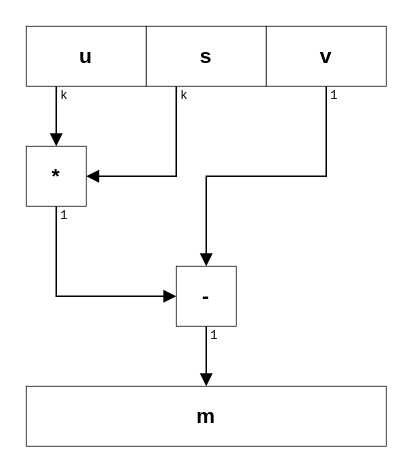
The draw.io diagram pictures/kyber_dec.drawio in SamoKopecky/diploma-thesis-latex, before the edit. Source tidied: cells renumbered, new cells numbered last; positions are measured from the earlier drawing's top-left corner, leaving out a move shared by most shapes. Both pictures are drawn from the tidied source at 150%, with x=0, y=0 at pixel (26, 26).
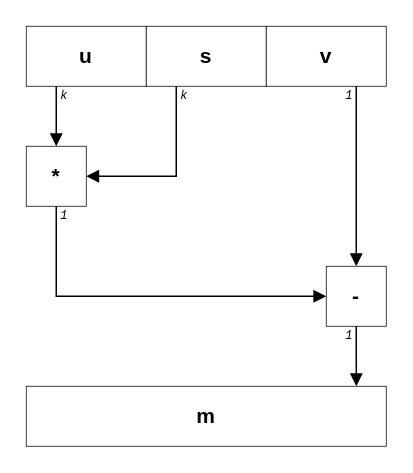
The same diagram, later.

Unchanged cells that the change refers to:
```xml
<mxCell id="2" value="&lt;b&gt;m&lt;/b&gt;" style="rounded=0;whiteSpace=wrap;html=1;strokeWidth=0.5;fontFamily=Helvetica;fontSize=14;fillColor=default;" parent="1" vertex="1">
  <mxGeometry y="240" width="240" height="40" as="geometry" />
</mxCell>
<mxCell id="8" value="&lt;b&gt;v&lt;/b&gt;" style="rounded=0;whiteSpace=wrap;html=1;strokeWidth=0.5;fontFamily=Helvetica;fontSize=14;fillColor=default;" parent="1" vertex="1">
  <mxGeometry x="160" width="80" height="40" as="geometry" />
</mxCell>
```

Diff of the diagram source:
```diff
@@
     <mxCell id="7" style="edgeStyle=orthogonalEdgeStyle;rounded=0;jettySize=auto;html=1;entryX=0.5;entryY=0;entryDx=0;entryDy=0;endArrow=block;endFill=1;" parent="1" edge="1" source="8" target="12">
       <mxGeometry relative="1" as="geometry">
         <Array as="points">
-          <mxPoint x="200" y="100" />
-          <mxPoint x="120" y="100" />
+          <mxPoint x="220" y="80" />
+          <mxPoint x="220" y="80" />
         </Array>
       </mxGeometry>
     </mxCell>
@@
-    <mxCell id="11" style="edgeStyle=orthogonalEdgeStyle;rounded=0;jettySize=auto;html=1;entryX=0.5;entryY=0;entryDx=0;entryDy=0;endArrow=block;endFill=1;" parent="1" edge="1" source="12" target="2">
+    <mxCell id="11" style="edgeStyle=orthogonalEdgeStyle;rounded=0;jettySize=auto;html=1;entryX=0.917;entryY=0;entryDx=0;entryDy=0;endArrow=block;endFill=1;entryPerimeter=0;" parent="1" edge="1" source="12" target="2">
       <mxGeometry relative="1" as="geometry" />
     </mxCell>
     <mxCell id="12" value="&lt;b&gt;-&lt;/b&gt;" style="rounded=0;whiteSpace=wrap;html=1;strokeWidth=0.5;fontFamily=Helvetica;fontSize=14;fillColor=default;" parent="1" vertex="1">
-      <mxGeometry x="100" y="160" width="40" height="40" as="geometry" />
+      <mxGeometry x="200" y="160" width="40" height="40" as="geometry" />
     </mxCell>
-    <mxCell id="13" value="&lt;font face=&quot;Courier New&quot; style=&quot;font-size: 8px;&quot;&gt;k&lt;/font&gt;" style="text;html=1;align=center;verticalAlign=middle;strokeColor=none;fillColor=none;" parent="1" vertex="1">
+    <mxCell id="13" value="&lt;font face=&quot;Courier New&quot; style=&quot;font-size: 8px;&quot;&gt;k&lt;/font&gt;" style="text;html=1;align=center;verticalAlign=middle;strokeColor=none;fillColor=none;fontStyle=2;" parent="1" vertex="1">
       <mxGeometry x="10" y="30" width="30" height="30" as="geometry" />
     </mxCell>
-    <mxCell id="14" value="&lt;font face=&quot;Courier New&quot; style=&quot;font-size: 8px;&quot;&gt;k&lt;/font&gt;" style="text;html=1;align=center;verticalAlign=middle;strokeColor=none;fillColor=none;" parent="1" vertex="1">
+    <mxCell id="14" value="&lt;font face=&quot;Courier New&quot; style=&quot;font-size: 8px;&quot;&gt;k&lt;/font&gt;" style="text;html=1;align=center;verticalAlign=middle;strokeColor=none;fillColor=none;fontStyle=2;" parent="1" vertex="1">
       <mxGeometry x="90" y="30" width="30" height="30" as="geometry" />
     </mxCell>
-    <mxCell id="15" value="&lt;font face=&quot;Courier New&quot; style=&quot;font-size: 8px;&quot;&gt;1&lt;/font&gt;" style="text;html=1;align=center;verticalAlign=middle;strokeColor=none;fillColor=none;" parent="1" vertex="1">
-      <mxGeometry x="190" y="30" width="30" height="30" as="geometry" />
+    <mxCell id="15" value="&lt;font face=&quot;Courier New&quot; style=&quot;font-size: 8px;&quot;&gt;1&lt;/font&gt;" style="text;html=1;align=center;verticalAlign=middle;strokeColor=none;fillColor=none;fontStyle=2;" parent="1" vertex="1">
+      <mxGeometry x="200" y="30" width="30" height="30" as="geometry" />
     </mxCell>
-    <mxCell id="16" value="&lt;font face=&quot;Courier New&quot; style=&quot;font-size: 8px;&quot;&gt;1&lt;/font&gt;" style="text;html=1;align=center;verticalAlign=middle;strokeColor=none;fillColor=none;" parent="1" vertex="1">
+    <mxCell id="16" value="&lt;font face=&quot;Courier New&quot; style=&quot;font-size: 8px;&quot;&gt;1&lt;/font&gt;" style="text;html=1;align=center;verticalAlign=middle;strokeColor=none;fillColor=none;fontStyle=2;" parent="1" vertex="1">
       <mxGeometry x="10" y="110" width="30" height="30" as="geometry" />
     </mxCell>
-    <mxCell id="17" value="&lt;font face=&quot;Courier New&quot; style=&quot;font-size: 8px;&quot;&gt;1&lt;/font&gt;" style="text;html=1;align=center;verticalAlign=middle;strokeColor=none;fillColor=none;" parent="1" vertex="1">
-      <mxGeometry x="110" y="190" width="30" height="30" as="geometry" />
+    <mxCell id="17" value="&lt;font face=&quot;Courier New&quot; style=&quot;font-size: 8px;&quot;&gt;1&lt;/font&gt;" style="text;html=1;align=center;verticalAlign=middle;strokeColor=none;fillColor=none;fontStyle=2;" parent="1" vertex="1">
+      <mxGeometry x="200" y="190" width="30" height="30" as="geometry" />
     </mxCell>
```
